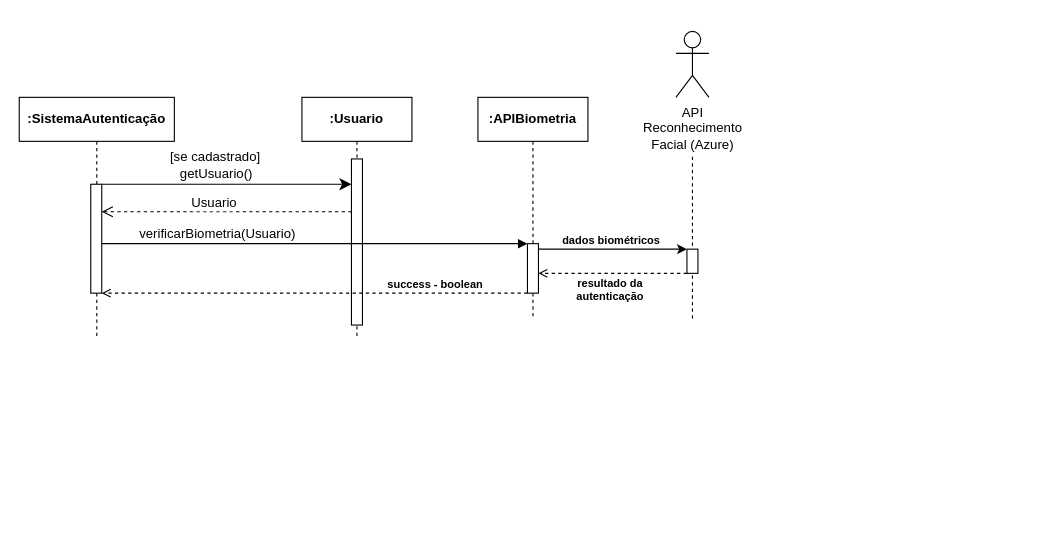
This is diagrama_sequencia/Diagrama_Sequencia_UC01.drawio from gb-cs-rt/home_broker, a draw.io file, before an edit. Source tidied: cells renumbered, new cells numbered last; positions are measured from the earlier drawing's top-left corner, leaving out a move shared by most shapes. Both pictures are drawn from the tidied source at 110%, with x=0, y=0 at pixel (19, 31).
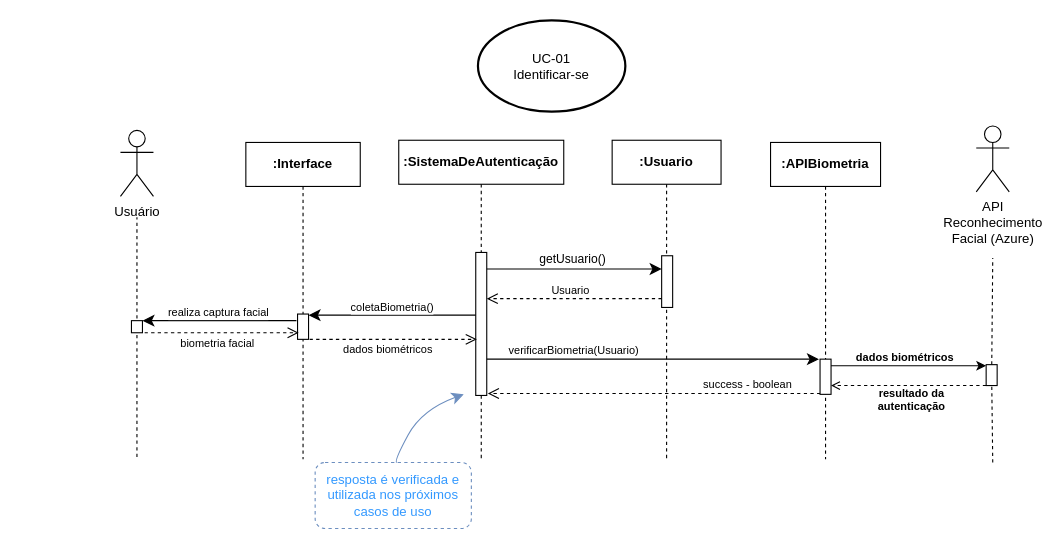
Above is the later version.

The edit, as a diff of the source:
```diff
@@
-    <mxCell id="2" style="endArrow=none;dashed=1;html=1;rounded=0;" parent="1" edge="1">
-      <mxGeometry relative="1" as="geometry">
-        <mxPoint x="612" y="261" as="sourcePoint" />
-        <mxPoint x="612" y="111" as="targetPoint" />
-      </mxGeometry>
-    </mxCell>
+    <mxCell id="24" style="endArrow=none;dashed=1;html=1;rounded=0;" parent="1" edge="1">
+      <mxGeometry relative="1" as="geometry">
+        <mxPoint x="107" y="387" as="sourcePoint" />
+        <mxPoint x="107" y="169" as="targetPoint" />
+      </mxGeometry>
+    </mxCell>
     <mxCell id="3" value="&lt;b&gt;:Usuario&lt;/b&gt;" style="shape=umlLifeline;perimeter=lifelinePerimeter;whiteSpace=wrap;html=1;newEdgeStyle={&quot;edgeStyle&quot;:&quot;elbowEdgeStyle&quot;,&quot;elbow&quot;:&quot;vertical&quot;,&quot;curved&quot;:0,&quot;rounded&quot;:0};" parent="1" vertex="1">
-      <mxGeometry x="257" y="60" width="100" height="220" as="geometry" />
+      <mxGeometry x="539" y="99" width="99" height="291" as="geometry" />
     </mxCell>
-    <mxCell id="4" style="html=1;points=[];perimeter=orthogonalPerimeter;outlineConnect=0;targetShapes=umlLifeline;portConstraint=eastwest;newEdgeStyle={&quot;edgeStyle&quot;:&quot;elbowEdgeStyle&quot;,&quot;elbow&quot;:&quot;vertical&quot;,&quot;curved&quot;:0,&quot;rounded&quot;:0};" parent="3" vertex="1">
-      <mxGeometry x="45" y="56" width="10" height="151" as="geometry" />
-    </mxCell>
+    <mxCell id="25" style="html=1;points=[];perimeter=orthogonalPerimeter;outlineConnect=0;targetShapes=umlLifeline;portConstraint=eastwest;newEdgeStyle={&quot;edgeStyle&quot;:&quot;elbowEdgeStyle&quot;,&quot;elbow&quot;:&quot;vertical&quot;,&quot;curved&quot;:0,&quot;rounded&quot;:0};" parent="3" vertex="1">
+      <mxGeometry x="45" y="105" width="10" height="47" as="geometry" />
+    </mxCell>
+    <mxCell id="26" value="&lt;b&gt;:SistemaDeAutenticação&lt;/b&gt;" style="shape=umlLifeline;perimeter=lifelinePerimeter;whiteSpace=wrap;html=1;newEdgeStyle={&quot;edgeStyle&quot;:&quot;elbowEdgeStyle&quot;,&quot;elbow&quot;:&quot;vertical&quot;,&quot;curved&quot;:0,&quot;rounded&quot;:0};" parent="1" vertex="1">
+      <mxGeometry x="345" y="99" width="150" height="291" as="geometry" />
+    </mxCell>
+    <mxCell id="27" style="html=1;perimeter=orthogonalPerimeter;targetShapes=umlLifeline;newEdgeStyle={&quot;edgeStyle&quot;:&quot;elbowEdgeStyle&quot;,&quot;elbow&quot;:&quot;vertical&quot;,&quot;curved&quot;:0,&quot;rounded&quot;:0};" parent="26" vertex="1">
+      <mxGeometry x="70" y="102" width="10" height="130" as="geometry" />
+    </mxCell>
+    <mxCell id="28" value="Usuário" style="shape=umlActor;verticalLabelPosition=bottom;verticalAlign=top;html=1;" parent="1" vertex="1">
+      <mxGeometry x="92" y="90" width="30" height="60" as="geometry" />
+    </mxCell>
+    <mxCell id="29" style="rounded=0;whiteSpace=wrap;html=1;" parent="1" vertex="1">
+      <mxGeometry x="102" y="263" width="10" height="11" as="geometry" />
+    </mxCell>
+    <mxCell id="30" style="endArrow=classic;html=1;rounded=0;fontFamily=Helvetica;fontSize=12;fontColor=default;startSize=8;endSize=8;curved=1;" parent="1" edge="1" target="25">
+      <mxGeometry relative="1" as="geometry">
+        <mxPoint x="425" y="216" as="sourcePoint" />
+      </mxGeometry>
+    </mxCell>
+    <mxCell id="20" value="getUsuario()" style="edgeLabel;html=1;align=center;verticalAlign=middle;fontSize=11;fontFamily=Helvetica;fontColor=default;fillColor=none;gradientColor=none;" parent="30" vertex="1">
+      <mxGeometry x="-0.03" y="1" width="79" height="25" relative="1" as="geometry">
+        <mxPoint x="-39" y="-21" as="offset" />
+      </mxGeometry>
+    </mxCell>
+    <mxCell id="31" style="endArrow=open;html=1;rounded=0;fontFamily=Helvetica;fontSize=12;fontColor=default;startSize=8;endSize=8;curved=1;dashed=1;endFill=0;" parent="1" edge="1">
+      <mxGeometry relative="1" as="geometry">
+        <mxPoint x="584" y="243" as="sourcePoint" />
+        <mxPoint x="425" y="243" as="targetPoint" />
+      </mxGeometry>
+    </mxCell>
+    <mxCell id="22" value="Usuario" style="edgeLabel;html=1;align=center;verticalAlign=middle;fontSize=10;fontFamily=Helvetica;fontColor=default;fillColor=none;gradientColor=none;" parent="1" vertex="1">
+      <mxGeometry x="475" y="223" width="52" height="24" as="geometry" />
+    </mxCell>
     <mxCell id="5" value="&lt;b&gt;:APIBiometria&lt;/b&gt;" style="shape=umlLifeline;perimeter=lifelinePerimeter;whiteSpace=wrap;html=1;newEdgeStyle={&quot;edgeStyle&quot;:&quot;elbowEdgeStyle&quot;,&quot;elbow&quot;:&quot;vertical&quot;,&quot;curved&quot;:0,&quot;rounded&quot;:0};" parent="1" vertex="1">
-      <mxGeometry x="417" y="60" width="100" height="200" as="geometry" />
+      <mxGeometry x="683" y="101" width="100" height="288" as="geometry" />
     </mxCell>
-    <mxCell id="6" style="html=1;points=[];perimeter=orthogonalPerimeter;outlineConnect=0;targetShapes=umlLifeline;portConstraint=eastwest;newEdgeStyle={&quot;edgeStyle&quot;:&quot;elbowEdgeStyle&quot;,&quot;elbow&quot;:&quot;vertical&quot;,&quot;curved&quot;:0,&quot;rounded&quot;:0};" parent="5" vertex="1">
-      <mxGeometry x="45" y="133" width="10" height="45" as="geometry" />
-    </mxCell>
-    <mxCell id="7" style="html=1;verticalAlign=bottom;endArrow=block;edgeStyle=elbowEdgeStyle;elbow=vertical;curved=0;rounded=0;" parent="1" edge="1">
-      <mxGeometry relative="1" as="geometry">
-        <mxPoint x="75" y="193" as="sourcePoint" />
-        <mxPoint x="462" y="193" as="targetPoint" />
-        <Array as="points">
-          <mxPoint x="276" y="193" />
-          <mxPoint x="159" y="188" />
-        </Array>
-      </mxGeometry>
-    </mxCell>
+    <mxCell id="32" style="html=1;points=[];perimeter=orthogonalPerimeter;outlineConnect=0;targetShapes=umlLifeline;portConstraint=eastwest;newEdgeStyle={&quot;edgeStyle&quot;:&quot;elbowEdgeStyle&quot;,&quot;elbow&quot;:&quot;vertical&quot;,&quot;curved&quot;:0,&quot;rounded&quot;:0};" parent="5" vertex="1">
+      <mxGeometry x="45" y="197" width="10" height="32" as="geometry" />
+    </mxCell>
+    <mxCell id="33" style="endArrow=classic;html=1;rounded=0;fontFamily=Helvetica;fontSize=12;fontColor=default;startSize=8;endSize=8;curved=1;" parent="1" edge="1">
+      <mxGeometry relative="1" as="geometry">
+        <mxPoint x="425" y="298" as="sourcePoint" />
+        <mxPoint x="727" y="298" as="targetPoint" />
+      </mxGeometry>
+    </mxCell>
-    <mxCell id="8" value="verificarBiometria(Usuario)" style="edgeLabel;html=1;align=center;verticalAlign=middle;fontSize=12;fontFamily=Helvetica;fontColor=default;fillColor=none;gradientColor=none;" parent="7" vertex="1">
-      <mxGeometry x="-0.48" y="1" width="160" height="26" relative="1" as="geometry">
-        <mxPoint x="-76" y="-21" as="offset" />
+    <mxCell id="8" value="verificarBiometria(Usuario)" style="edgeLabel;html=1;align=center;verticalAlign=middle;fontSize=10;fontFamily=Helvetica;fontColor=default;fillColor=none;gradientColor=none;" parent="33" vertex="1">
+      <mxGeometry x="-0.58" y="-1" width="136" height="24" relative="1" as="geometry">
+        <mxPoint x="-52" y="-21" as="offset" />
       </mxGeometry>
     </mxCell>
-    <mxCell id="9" style="html=1;verticalAlign=bottom;endArrow=open;edgeStyle=elbowEdgeStyle;elbow=vertical;curved=0;rounded=0;dashed=1;endFill=0;" parent="1" edge="1">
-      <mxGeometry relative="1" as="geometry">
-        <mxPoint x="462" y="238" as="sourcePoint" />
-        <mxPoint x="75" y="238" as="targetPoint" />
-        <Array as="points">
-          <mxPoint x="310" y="238" />
-        </Array>
-      </mxGeometry>
-    </mxCell>
+    <mxCell id="34" style="endArrow=open;html=1;rounded=0;fontFamily=Helvetica;fontSize=12;fontColor=default;startSize=8;endSize=8;curved=1;dashed=1;endFill=0;" parent="1" edge="1">
+      <mxGeometry relative="1" as="geometry">
+        <mxPoint x="728" y="329.2" as="sourcePoint" />
+        <mxPoint x="426" y="329.2" as="targetPoint" />
+      </mxGeometry>
+    </mxCell>
+    <mxCell id="16" value="success - boolean" style="edgeLabel;html=1;align=center;verticalAlign=middle;fontSize=10;fontFamily=Helvetica;fontColor=default;fillColor=none;gradientColor=none;" parent="1" vertex="1">
+      <mxGeometry x="612" y="309.2" width="99" height="24" as="geometry" />
+    </mxCell>
+    <mxCell id="35" style="endArrow=none;dashed=1;html=1;rounded=0;" parent="1" edge="1" source="39">
+      <mxGeometry relative="1" as="geometry">
+        <mxPoint x="885" y="206" as="targetPoint" />
+      </mxGeometry>
+    </mxCell>
     <mxCell id="10" value="API&lt;div&gt;Reconhecimento&lt;/div&gt;&lt;div&gt;Facial (Azure)&lt;/div&gt;" style="shape=umlActor;verticalLabelPosition=bottom;verticalAlign=top;html=1;" parent="1" vertex="1">
-      <mxGeometry x="597" width="30" height="60" as="geometry" />
+      <mxGeometry x="870" y="86" width="30" height="60" as="geometry" />
     </mxCell>
-    <mxCell id="11" style="rounded=0;whiteSpace=wrap;html=1;" parent="1" vertex="1">
-      <mxGeometry x="607" y="198" width="10" height="22" as="geometry" />
-    </mxCell>
-    <mxCell id="12" style="endArrow=classic;html=1;rounded=0;entryX=0;entryY=0;entryDx=0;entryDy=0;" parent="1" edge="1">
-      <mxGeometry relative="1" as="geometry">
-        <mxPoint x="472" y="198" as="sourcePoint" />
-        <mxPoint x="607" y="198" as="targetPoint" />
-      </mxGeometry>
-    </mxCell>
-    <mxCell id="13" style="endArrow=open;html=1;rounded=0;exitX=0;exitY=1;exitDx=0;exitDy=0;dashed=1;endFill=0;" parent="1" edge="1" source="11" target="6">
-      <mxGeometry relative="1" as="geometry" />
-    </mxCell>
+    <mxCell id="36" style="endArrow=classic;html=1;rounded=0;" parent="1" edge="1">
+      <mxGeometry relative="1" as="geometry">
+        <mxPoint x="738" y="304" as="sourcePoint" />
+        <mxPoint x="879" y="304" as="targetPoint" />
+      </mxGeometry>
+    </mxCell>
+    <mxCell id="37" style="endArrow=open;html=1;rounded=0;exitX=0;exitY=1;exitDx=0;exitDy=0;dashed=1;endFill=0;exitPerimeter=0;" parent="1" edge="1" source="39" target="32">
+      <mxGeometry relative="1" as="geometry" />
+    </mxCell>
     <mxCell id="14" value="dados biométricos" style="text;html=1;align=center;verticalAlign=middle;strokeColor=none;fillColor=none;fontSize=10;fontStyle=1;" parent="1" vertex="1">
-      <mxGeometry x="488" y="175" width="100" height="30" as="geometry" />
+      <mxGeometry x="755" y="281" width="100" height="30" as="geometry" />
     </mxCell>
     <mxCell id="15" value="resultado da&lt;div style=&quot;font-size: 10px;&quot;&gt;autenticação&lt;/div&gt;" style="text;html=1;align=center;verticalAlign=middle;strokeColor=none;fillColor=none;fontSize=10;fontStyle=1;" parent="1" vertex="1">
-      <mxGeometry x="497" y="215" width="80" height="40" as="geometry" />
+      <mxGeometry x="771" y="315" width="80" height="40" as="geometry" />
     </mxCell>
-    <mxCell id="16" value="success - boolean" style="text;html=1;align=center;verticalAlign=middle;strokeColor=none;fillColor=none;fontSize=10;fontStyle=1;" parent="1" vertex="1">
-      <mxGeometry x="328" y="218" width="99" height="24" as="geometry" />
-    </mxCell>
-    <mxCell id="17" value="&lt;b&gt;:SistemaAutenticação&lt;/b&gt;" style="shape=umlLifeline;perimeter=lifelinePerimeter;whiteSpace=wrap;html=1;newEdgeStyle={&quot;edgeStyle&quot;:&quot;elbowEdgeStyle&quot;,&quot;elbow&quot;:&quot;vertical&quot;,&quot;curved&quot;:0,&quot;rounded&quot;:0};" parent="1" vertex="1">
-      <mxGeometry y="60" width="141" height="220" as="geometry" />
-    </mxCell>
-    <mxCell id="18" style="html=1;perimeter=orthogonalPerimeter;targetShapes=umlLifeline;newEdgeStyle={&quot;edgeStyle&quot;:&quot;elbowEdgeStyle&quot;,&quot;elbow&quot;:&quot;vertical&quot;,&quot;curved&quot;:0,&quot;rounded&quot;:0};" parent="17" vertex="1">
-      <mxGeometry x="65" y="79" width="10" height="99" as="geometry" />
-    </mxCell>
-    <mxCell id="19" style="endArrow=classic;html=1;rounded=0;fontFamily=Helvetica;fontSize=12;fontColor=default;startSize=8;endSize=8;curved=1;" parent="1" edge="1" target="4">
-      <mxGeometry relative="1" as="geometry">
-        <mxPoint x="75" y="139" as="sourcePoint" />
-      </mxGeometry>
-    </mxCell>
-    <mxCell id="20" value="getUsuario()" style="edgeLabel;html=1;align=center;verticalAlign=middle;fontSize=12;fontFamily=Helvetica;fontColor=default;fillColor=none;gradientColor=none;" parent="19" vertex="1">
-      <mxGeometry x="-0.09" y="1" width="84" height="26" relative="1" as="geometry">
-        <mxPoint x="-41" y="-21" as="offset" />
-      </mxGeometry>
-    </mxCell>
-    <mxCell id="21" style="endArrow=open;html=1;rounded=0;fontFamily=Helvetica;fontSize=12;fontColor=default;startSize=8;endSize=8;curved=1;dashed=1;endFill=0;" parent="1" edge="1">
-      <mxGeometry relative="1" as="geometry">
-        <mxPoint x="302" y="164" as="sourcePoint" />
-        <mxPoint x="75" y="164" as="targetPoint" />
-      </mxGeometry>
-    </mxCell>
-    <mxCell id="22" value="Usuario" style="edgeLabel;html=1;align=center;verticalAlign=middle;fontSize=12;fontFamily=Helvetica;fontColor=default;fillColor=none;gradientColor=none;" parent="21" vertex="1">
-      <mxGeometry x="0.13" width="59" height="26" relative="1" as="geometry">
-        <mxPoint x="-27" y="-21" as="offset" />
-      </mxGeometry>
-    </mxCell>
-    <mxCell id="23" value="[se cadastrado]" style="text;html=1;align=center;verticalAlign=middle;strokeColor=none;fillColor=none;" parent="1" vertex="1">
-      <mxGeometry x="128" y="101" width="100" height="26" as="geometry" />
-    </mxCell>
+    <mxCell id="38" style="endArrow=none;dashed=1;html=1;rounded=0;" parent="1" edge="1" target="39">
+      <mxGeometry relative="1" as="geometry">
+        <mxPoint x="885" y="392" as="sourcePoint" />
+      </mxGeometry>
+    </mxCell>
+    <mxCell id="39" style="rounded=0;whiteSpace=wrap;html=1;" parent="1" vertex="1">
+      <mxGeometry x="879" y="303" width="10" height="19" as="geometry" />
+    </mxCell>
+    <mxCell id="40" value="UC-01&lt;div&gt;Identificar-se&lt;/div&gt;" style="strokeWidth=2;html=1;shape=mxgraph.flowchart.start_1;whiteSpace=wrap;" parent="1" vertex="1">
+      <mxGeometry x="417" y="-10" width="134" height="83" as="geometry" />
+    </mxCell>
+    <mxCell id="41" value="&lt;b&gt;:Interface&lt;/b&gt;" style="shape=umlLifeline;perimeter=lifelinePerimeter;whiteSpace=wrap;html=1;newEdgeStyle={&quot;edgeStyle&quot;:&quot;elbowEdgeStyle&quot;,&quot;elbow&quot;:&quot;vertical&quot;,&quot;curved&quot;:0,&quot;rounded&quot;:0};" parent="1" vertex="1">
+      <mxGeometry x="206" y="101" width="104" height="288" as="geometry" />
+    </mxCell>
+    <mxCell id="42" style="html=1;perimeter=orthogonalPerimeter;targetShapes=umlLifeline;newEdgeStyle={&quot;edgeStyle&quot;:&quot;elbowEdgeStyle&quot;,&quot;elbow&quot;:&quot;vertical&quot;,&quot;curved&quot;:0,&quot;rounded&quot;:0};" parent="41" vertex="1">
+      <mxGeometry x="47" y="156" width="10" height="23" as="geometry" />
+    </mxCell>
+    <mxCell id="43" style="endArrow=classic;html=1;rounded=0;fontSize=12;startSize=8;endSize=8;curved=1;" parent="1" edge="1">
+      <mxGeometry relative="1" as="geometry">
+        <mxPoint x="415" y="258" as="sourcePoint" />
+        <mxPoint x="263" y="258" as="targetPoint" />
+      </mxGeometry>
+    </mxCell>
+    <mxCell id="44" value="coletaBiometria()" style="edgeLabel;html=1;align=center;verticalAlign=middle;fontSize=10;" parent="43" vertex="1">
+      <mxGeometry x="0.13" y="-2" relative="1" as="geometry">
+        <mxPoint x="9" y="-6" as="offset" />
+      </mxGeometry>
+    </mxCell>
+    <mxCell id="45" style="endArrow=classic;html=1;rounded=0;fontSize=12;startSize=8;endSize=8;curved=1;" parent="1" edge="1">
+      <mxGeometry relative="1" as="geometry">
+        <mxPoint x="252" y="263" as="sourcePoint" />
+        <mxPoint x="112" y="263" as="targetPoint" />
+      </mxGeometry>
+    </mxCell>
+    <mxCell id="46" value="&lt;span style=&quot;font-size: 10px;&quot;&gt;realiza captura facial&lt;/span&gt;" style="edgeLabel;html=1;align=center;verticalAlign=middle;fontSize=12;" parent="45" vertex="1">
+      <mxGeometry x="0.03" y="1" relative="1" as="geometry">
+        <mxPoint y="-10" as="offset" />
+      </mxGeometry>
+    </mxCell>
+    <mxCell id="47" style="endArrow=open;html=1;rounded=0;fontSize=12;startSize=8;endSize=8;curved=1;endFill=0;dashed=1;" parent="1" edge="1">
+      <mxGeometry relative="1" as="geometry">
+        <mxPoint x="114" y="274" as="sourcePoint" />
+        <mxPoint x="254" y="274" as="targetPoint" />
+      </mxGeometry>
+    </mxCell>
+    <mxCell id="48" value="&lt;font style=&quot;font-size: 10px;&quot;&gt;biometria facial&lt;/font&gt;" style="edgeLabel;html=1;align=center;verticalAlign=middle;fontSize=12;" parent="47" vertex="1">
+      <mxGeometry x="-0.13" y="-1" relative="1" as="geometry">
+        <mxPoint x="4" y="7" as="offset" />
+      </mxGeometry>
+    </mxCell>
+    <mxCell id="49" style="endArrow=open;html=1;rounded=0;fontSize=12;startSize=8;endSize=8;curved=1;endFill=0;dashed=1;" parent="1" edge="1">
+      <mxGeometry relative="1" as="geometry">
+        <mxPoint x="264" y="280" as="sourcePoint" />
+        <mxPoint x="416" y="280" as="targetPoint" />
+      </mxGeometry>
+    </mxCell>
+    <mxCell id="50" value="&lt;font style=&quot;font-size: 10px;&quot;&gt;dados biométricos&lt;/font&gt;" style="edgeLabel;html=1;align=center;verticalAlign=middle;fontSize=12;" parent="49" vertex="1">
+      <mxGeometry x="-0.13" y="-1" relative="1" as="geometry">
+        <mxPoint x="4" y="7" as="offset" />
+      </mxGeometry>
+    </mxCell>
+    <mxCell id="51" value="&lt;font color=&quot;#3399ff&quot;&gt;resposta é verificada e utilizada nos próximos casos de uso&lt;/font&gt;" style="rounded=1;whiteSpace=wrap;html=1;dashed=1;fillColor=none;strokeColor=#6c8ebf;" parent="1" vertex="1">
+      <mxGeometry x="269" y="392" width="142" height="60" as="geometry" />
+    </mxCell>
+    <mxCell id="52" style="endArrow=classic;html=1;rounded=0;fontSize=12;startSize=8;endSize=8;curved=1;endFill=1;fillColor=#dae8fc;strokeColor=#6c8ebf;" parent="1" edge="1">
+      <mxGeometry relative="1" as="geometry">
+        <mxPoint x="343" y="392" as="sourcePoint" />
+        <mxPoint x="404" y="330" as="targetPoint" />
+        <Array as="points">
+          <mxPoint x="341" y="390" />
+          <mxPoint x="366" y="344" />
+        </Array>
+      </mxGeometry>
+    </mxCell>
```
